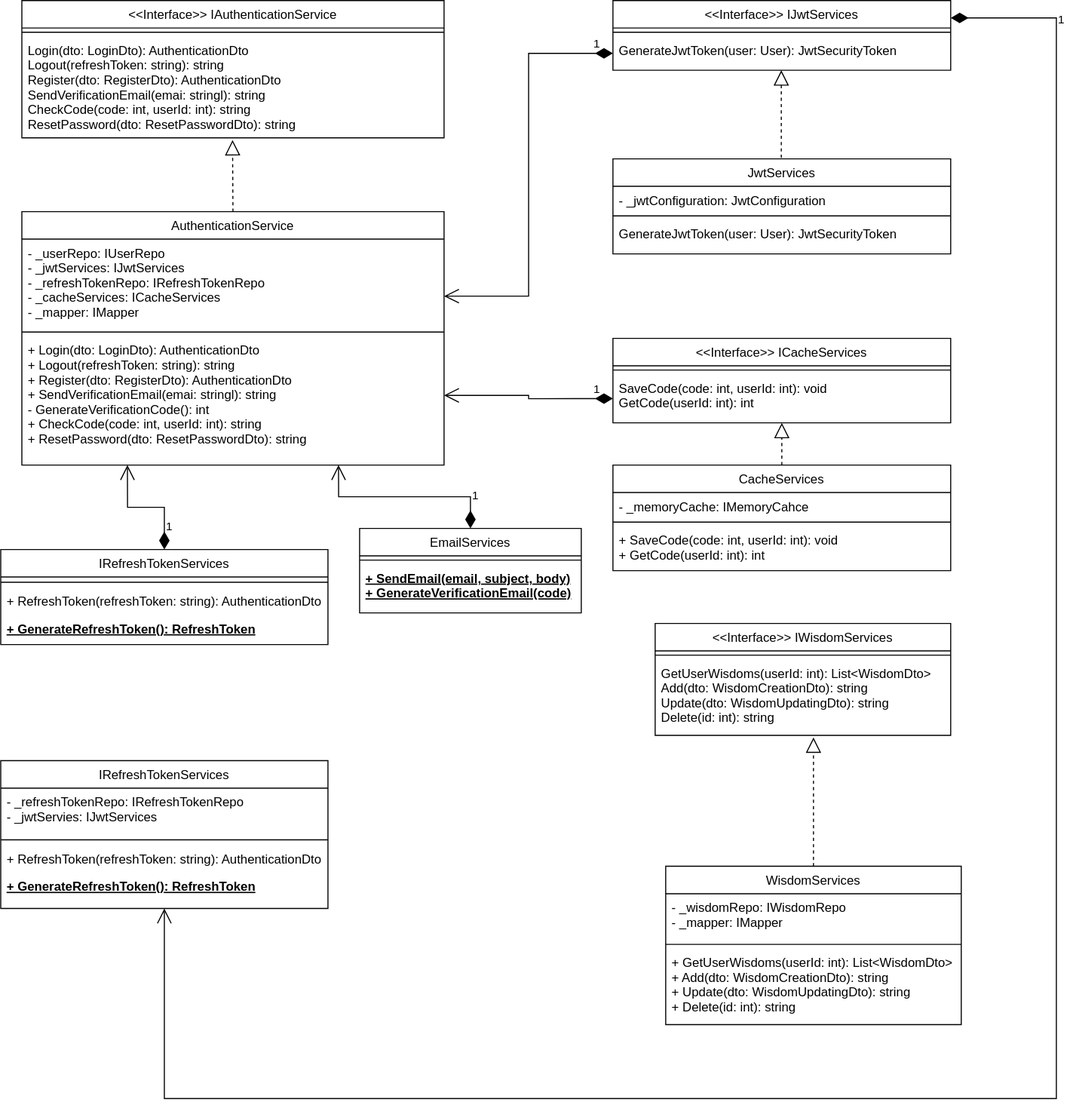
Earlier version of the draw.io export Diagram/Class Diagrams/Services.svg (Davidemad24/WisdomSystem). Source tidied: cells renumbered, new cells last; positions are measured from the earlier drawing's top-left corner, leaving out a move shared by most shapes.
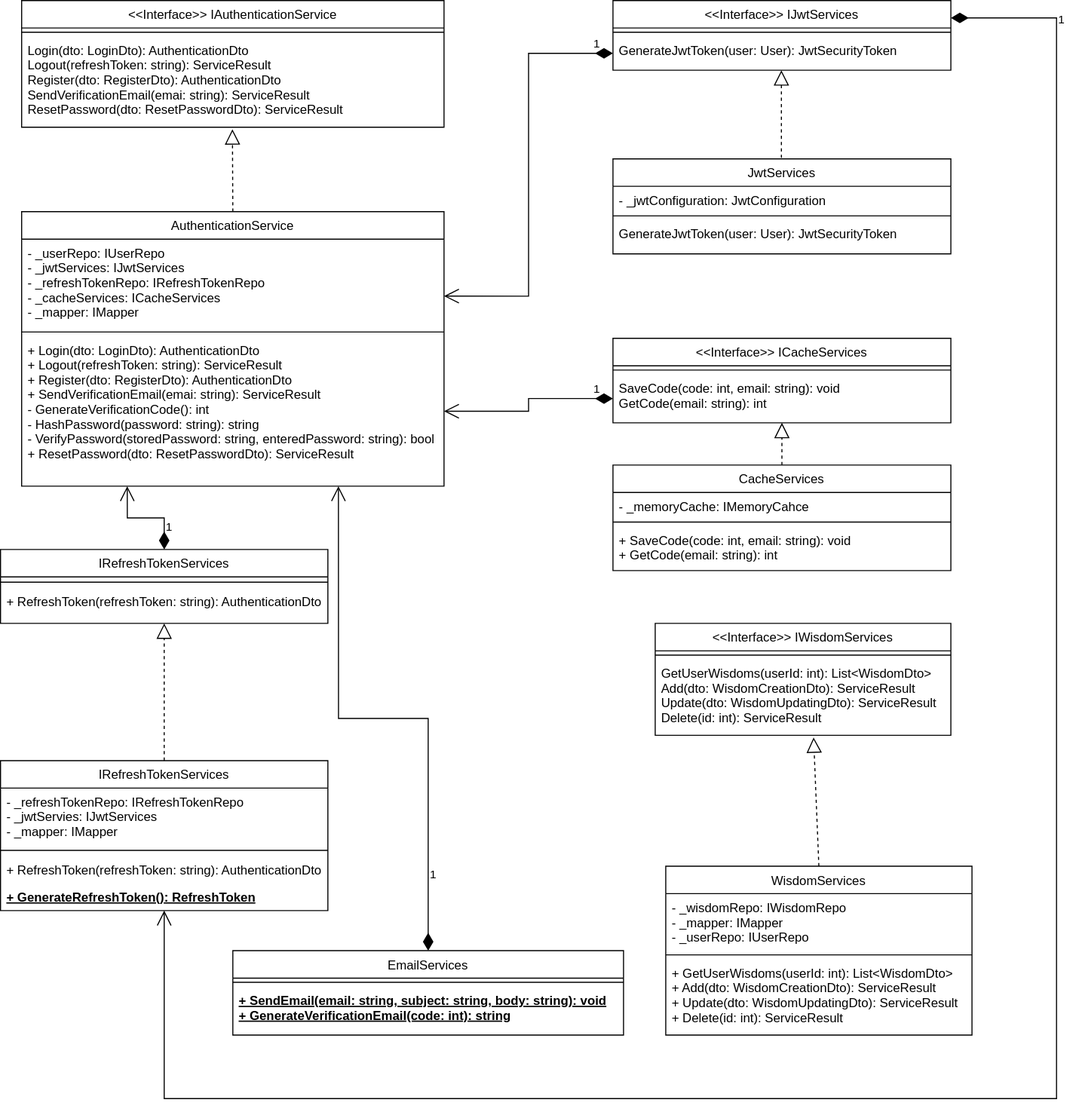
After the change.

Change to the diagram source:
```diff
@@ -3,7 +3,7 @@
     <mxCell id="0" />
     <mxCell id="1" parent="0" />
     <mxCell id="2" value="AuthenticationService" style="swimlane;fontStyle=0;align=center;verticalAlign=top;horizontal=1;startSize=26;rounded=0;shadow=0;strokeWidth=1;" parent="1" vertex="1">
-      <mxGeometry x="20" y="200" width="400" height="240" as="geometry" />
+      <mxGeometry x="20" y="200" width="400" height="260" as="geometry" />
     </mxCell>
     <mxCell id="3" value="- _userRepo: IUserRepo&#10;- _jwtServices: IJwtServices&#10;- _refreshTokenRepo: IRefreshTokenRepo&#10;- _cacheServices: ICacheServices&#10;- _mapper: IMapper" style="text;align=left;verticalAlign=top;spacingLeft=4;spacingRight=4;overflow=hidden;" parent="2" vertex="1">
       <mxGeometry y="26" width="400" height="84" as="geometry" />
@@ -11,8 +11,8 @@
     <mxCell id="4" style="line;html=1;strokeWidth=1;align=left;verticalAlign=middle;spacingTop=-1;spacingLeft=3;spacingRight=3;labelPosition=right;" parent="2" vertex="1">
       <mxGeometry y="110" width="400" height="8" as="geometry" />
     </mxCell>
-    <mxCell id="5" value="+ Login(dto: LoginDto): AuthenticationDto&#10;+ Logout(refreshToken: string): string&#10;+ Register(dto: RegisterDto): AuthenticationDto&#10;+ SendVerificationEmail(emai: stringl): string&#10;- GenerateVerificationCode(): int&#10;+ CheckCode(code: int, userId: int): string&#10;+ ResetPassword(dto: ResetPasswordDto): string&#10;" style="text;align=left;verticalAlign=top;spacingLeft=4;spacingRight=4;overflow=hidden;points=[[0,0.5],[1,0.5]];portConstraint=eastwest;" parent="2" vertex="1">
-      <mxGeometry y="118" width="400" height="112" as="geometry" />
+    <mxCell id="5" value="+ Login(dto: LoginDto): AuthenticationDto&#10;+ Logout(refreshToken: string): ServiceResult&#10;+ Register(dto: RegisterDto): AuthenticationDto&#10;+ SendVerificationEmail(emai: string): ServiceResult&#10;- GenerateVerificationCode(): int&#10;- HashPassword(password: string): string&#10;- VerifyPassword(storedPassword: string, enteredPassword: string): bool&#10;+ ResetPassword(dto: ResetPasswordDto): ServiceResult&#10;" style="text;align=left;verticalAlign=top;spacingLeft=4;spacingRight=4;overflow=hidden;points=[[0,0.5],[1,0.5]];portConstraint=eastwest;" parent="2" vertex="1">
+      <mxGeometry y="118" width="400" height="142" as="geometry" />
     </mxCell>
     <mxCell id="6" value="&lt;&lt;Interface&gt;&gt; IJwtServices" style="swimlane;fontStyle=0;align=center;verticalAlign=top;horizontal=1;startSize=26;rounded=0;shadow=0;strokeWidth=1;" parent="1" vertex="1">
       <mxGeometry x="580" width="320" height="66" as="geometry" />
@@ -42,13 +42,13 @@
       </mxGeometry>
     </mxCell>
     <mxCell id="14" value="&lt;&lt;Interface&gt;&gt; IAuthenticationService" style="swimlane;fontStyle=0;align=center;verticalAlign=top;horizontal=1;startSize=26;rounded=0;shadow=0;strokeWidth=1;" parent="1" vertex="1">
-      <mxGeometry x="20" width="400" height="130" as="geometry" />
+      <mxGeometry x="20" width="400" height="120" as="geometry" />
     </mxCell>
     <mxCell id="15" style="line;html=1;strokeWidth=1;align=left;verticalAlign=middle;spacingTop=-1;spacingLeft=3;spacingRight=3;labelPosition=right;" parent="14" vertex="1">
       <mxGeometry y="26" width="400" height="8" as="geometry" />
     </mxCell>
-    <mxCell id="16" value="Login(dto: LoginDto): AuthenticationDto&#10;Logout(refreshToken: string): string&#10;Register(dto: RegisterDto): AuthenticationDto&#10;SendVerificationEmail(emai: stringl): string&#10;CheckCode(code: int, userId: int): string&#10;ResetPassword(dto: ResetPasswordDto): string&#10;" style="text;align=left;verticalAlign=top;spacingLeft=4;spacingRight=4;overflow=hidden;points=[[0,0.5],[1,0.5]];portConstraint=eastwest;" parent="14" vertex="1">
-      <mxGeometry y="34" width="400" height="96" as="geometry" />
+    <mxCell id="16" value="Login(dto: LoginDto): AuthenticationDto&#10;Logout(refreshToken: string): ServiceResult&#10;Register(dto: RegisterDto): AuthenticationDto&#10;SendVerificationEmail(emai: string): ServiceResult&#10;ResetPassword(dto: ResetPasswordDto): ServiceResult&#10;" style="text;align=left;verticalAlign=top;spacingLeft=4;spacingRight=4;overflow=hidden;points=[[0,0.5],[1,0.5]];portConstraint=eastwest;" parent="14" vertex="1">
+      <mxGeometry y="34" width="400" height="86" as="geometry" />
     </mxCell>
     <mxCell id="17" style="endArrow=block;dashed=1;endFill=0;endSize=12;html=1;rounded=0;exitX=0.5;exitY=0;exitDx=0;exitDy=0;entryX=0.499;entryY=1.022;entryDx=0;entryDy=0;entryPerimeter=0;" parent="1" edge="1" source="2" target="16">
       <mxGeometry relative="1" as="geometry" />
@@ -62,7 +62,7 @@
     <mxCell id="20" style="line;html=1;strokeWidth=1;align=left;verticalAlign=middle;spacingTop=-1;spacingLeft=3;spacingRight=3;labelPosition=right;" parent="18" vertex="1">
       <mxGeometry y="50" width="320" height="8" as="geometry" />
     </mxCell>
-    <mxCell id="21" value="+ SaveCode(code: int, userId: int): void&#10;+ GetCode(userId: int): int" style="text;align=left;verticalAlign=top;spacingLeft=4;spacingRight=4;overflow=hidden;" parent="18" vertex="1">
+    <mxCell id="21" value="+ SaveCode(code: int, email: string): void&#10;+ GetCode(email: string): int" style="text;align=left;verticalAlign=top;spacingLeft=4;spacingRight=4;overflow=hidden;" parent="18" vertex="1">
       <mxGeometry y="58" width="320" height="42" as="geometry" />
     </mxCell>
     <mxCell id="22" value="&lt;&lt;Interface&gt;&gt; ICacheServices" style="swimlane;fontStyle=0;align=center;verticalAlign=top;horizontal=1;startSize=26;rounded=0;shadow=0;strokeWidth=1;" parent="1" vertex="1">
@@ -71,7 +71,7 @@
     <mxCell id="23" style="line;html=1;strokeWidth=1;align=left;verticalAlign=middle;spacingTop=-1;spacingLeft=3;spacingRight=3;labelPosition=right;" parent="22" vertex="1">
       <mxGeometry y="26" width="320" height="8" as="geometry" />
     </mxCell>
-    <mxCell id="24" value="SaveCode(code: int, userId: int): void&#10;GetCode(userId: int): int" style="text;align=left;verticalAlign=top;spacingLeft=4;spacingRight=4;overflow=hidden;points=[[0,0.5],[1,0.5]];portConstraint=eastwest;" parent="22" vertex="1">
+    <mxCell id="24" value="SaveCode(code: int, email: string): void&#10;GetCode(email: string): int" style="text;align=left;verticalAlign=top;spacingLeft=4;spacingRight=4;overflow=hidden;points=[[0,0.5],[1,0.5]];portConstraint=eastwest;" parent="22" vertex="1">
       <mxGeometry y="34" width="320" height="46" as="geometry" />
     </mxCell>
     <mxCell id="25" style="endArrow=block;dashed=1;endFill=0;endSize=12;html=1;rounded=0;entryX=0.5;entryY=1;entryDx=0;entryDy=0;exitX=0.5;exitY=0;exitDx=0;exitDy=0;" parent="1" edge="1" source="18" target="22">
@@ -90,7 +90,7 @@
       <mxGeometry x="-0.76" relative="1" as="geometry" />
     </mxCell>
     <mxCell id="28" value="IRefreshTokenServices" style="swimlane;fontStyle=0;align=center;verticalAlign=top;horizontal=1;startSize=26;rounded=0;shadow=0;strokeWidth=1;" parent="1" vertex="1">
-      <mxGeometry y="520" width="310" height="90" as="geometry" />
+      <mxGeometry y="520" width="310" height="70" as="geometry" />
     </mxCell>
     <mxCell id="29" style="line;html=1;strokeWidth=1;align=left;verticalAlign=middle;spacingTop=-1;spacingLeft=3;spacingRight=3;labelPosition=right;" parent="28" vertex="1">
       <mxGeometry y="26" width="310" height="10" as="geometry" />
@@ -98,17 +98,14 @@
     <mxCell id="30" value="+ RefreshToken(refreshToken: string): AuthenticationDto" style="text;align=left;verticalAlign=top;spacingLeft=4;spacingRight=4;overflow=hidden;fontStyle=0;" parent="28" vertex="1">
       <mxGeometry y="36" width="310" height="26" as="geometry" />
     </mxCell>
-    <mxCell id="31" value="+ GenerateRefreshToken(): RefreshToken" style="text;align=left;verticalAlign=top;spacingLeft=4;spacingRight=4;overflow=hidden;fontStyle=5;" parent="28" vertex="1">
-      <mxGeometry y="62" width="310" height="26" as="geometry" />
-    </mxCell>
     <mxCell id="32" value="EmailServices" style="swimlane;fontStyle=0;align=center;verticalAlign=top;horizontal=1;startSize=26;rounded=0;shadow=0;strokeWidth=1;" parent="1" vertex="1">
-      <mxGeometry x="340" y="500" width="210" height="80" as="geometry" />
+      <mxGeometry x="220" y="900" width="370" height="80" as="geometry" />
     </mxCell>
     <mxCell id="33" style="line;html=1;strokeWidth=1;align=left;verticalAlign=middle;spacingTop=-1;spacingLeft=3;spacingRight=3;labelPosition=right;" parent="32" vertex="1">
-      <mxGeometry y="26" width="210" height="8" as="geometry" />
+      <mxGeometry y="26" width="370" height="8" as="geometry" />
     </mxCell>
-    <mxCell id="34" value="+ SendEmail(email, subject, body)&#10;+ GenerateVerificationEmail(code)" style="text;align=left;verticalAlign=top;spacingLeft=4;spacingRight=4;overflow=hidden;fontStyle=5;" parent="32" vertex="1">
-      <mxGeometry y="34" width="210" height="46" as="geometry" />
+    <mxCell id="34" value="+ SendEmail(email: string, subject: string, body: string): void&#10;+ GenerateVerificationEmail(code: int): string" style="text;align=left;verticalAlign=top;spacingLeft=4;spacingRight=4;overflow=hidden;fontStyle=5;" parent="32" vertex="1">
+      <mxGeometry y="34" width="370" height="46" as="geometry" />
     </mxCell>
     <mxCell id="35" value="1" style="endArrow=open;html=1;endSize=12;startArrow=diamondThin;startSize=14;startFill=1;edgeStyle=orthogonalEdgeStyle;align=left;verticalAlign=bottom;rounded=0;entryX=0.75;entryY=1;entryDx=0;entryDy=0;" parent="1" edge="1" source="32" target="2">
       <mxGeometry x="-0.76" relative="1" as="geometry" />
@@ -117,16 +114,16 @@
       <mxGeometry x="-0.76" relative="1" as="geometry" />
     </mxCell>
     <mxCell id="37" value="WisdomServices" style="swimlane;fontStyle=0;align=center;verticalAlign=top;horizontal=1;startSize=26;rounded=0;shadow=0;strokeWidth=1;" parent="1" vertex="1">
-      <mxGeometry x="630" y="820" width="280" height="150" as="geometry" />
+      <mxGeometry x="630" y="820" width="290" height="160" as="geometry" />
     </mxCell>
-    <mxCell id="38" value="- _wisdomRepo: IWisdomRepo&#10;- _mapper: IMapper" style="text;align=left;verticalAlign=top;spacingLeft=4;spacingRight=4;overflow=hidden;" parent="37" vertex="1">
-      <mxGeometry y="26" width="280" height="44" as="geometry" />
+    <mxCell id="38" value="- _wisdomRepo: IWisdomRepo&#10;- _mapper: IMapper&#10;- _userRepo: IUserRepo" style="text;align=left;verticalAlign=top;spacingLeft=4;spacingRight=4;overflow=hidden;" parent="37" vertex="1">
+      <mxGeometry y="26" width="290" height="54" as="geometry" />
     </mxCell>
     <mxCell id="39" style="line;html=1;strokeWidth=1;align=left;verticalAlign=middle;spacingTop=-1;spacingLeft=3;spacingRight=3;labelPosition=right;" parent="37" vertex="1">
-      <mxGeometry y="70" width="280" height="8" as="geometry" />
+      <mxGeometry y="80" width="290" height="8" as="geometry" />
     </mxCell>
-    <mxCell id="40" value="+ GetUserWisdoms(userId: int): List&lt;WisdomDto&gt;&#10;+ Add(dto: WisdomCreationDto): string&#10;+ Update(dto: WisdomUpdatingDto): string&#10;+ Delete(id: int): string" style="text;align=left;verticalAlign=top;spacingLeft=4;spacingRight=4;overflow=hidden;" parent="37" vertex="1">
-      <mxGeometry y="78" width="280" height="72" as="geometry" />
+    <mxCell id="40" value="+ GetUserWisdoms(userId: int): List&lt;WisdomDto&gt;&#10;+ Add(dto: WisdomCreationDto): ServiceResult&#10;+ Update(dto: WisdomUpdatingDto): ServiceResult&#10;+ Delete(id: int): ServiceResult" style="text;align=left;verticalAlign=top;spacingLeft=4;spacingRight=4;overflow=hidden;" parent="37" vertex="1">
+      <mxGeometry y="88" width="290" height="72" as="geometry" />
     </mxCell>
     <mxCell id="41" value="&lt;&lt;Interface&gt;&gt; IWisdomServices" style="swimlane;fontStyle=0;align=center;verticalAlign=top;horizontal=1;startSize=26;rounded=0;shadow=0;strokeWidth=1;" parent="1" vertex="1">
       <mxGeometry x="620" y="590" width="280" height="106" as="geometry" />
@@ -134,7 +131,7 @@
     <mxCell id="42" style="line;html=1;strokeWidth=1;align=left;verticalAlign=middle;spacingTop=-1;spacingLeft=3;spacingRight=3;labelPosition=right;" parent="41" vertex="1">
       <mxGeometry y="26" width="280" height="8" as="geometry" />
     </mxCell>
-    <mxCell id="43" value="GetUserWisdoms(userId: int): List&lt;WisdomDto&gt;&#10;Add(dto: WisdomCreationDto): string&#10;Update(dto: WisdomUpdatingDto): string&#10;Delete(id: int): string" style="text;align=left;verticalAlign=top;spacingLeft=4;spacingRight=4;overflow=hidden;" parent="41" vertex="1">
+    <mxCell id="43" value="GetUserWisdoms(userId: int): List&lt;WisdomDto&gt;&#10;Add(dto: WisdomCreationDto): ServiceResult&#10;Update(dto: WisdomUpdatingDto): ServiceResult&#10;Delete(id: int): ServiceResult" style="text;align=left;verticalAlign=top;spacingLeft=4;spacingRight=4;overflow=hidden;" parent="41" vertex="1">
       <mxGeometry y="34" width="280" height="72" as="geometry" />
     </mxCell>
     <mxCell id="44" style="endArrow=block;dashed=1;endFill=0;endSize=12;html=1;rounded=0;exitX=0.5;exitY=0;exitDx=0;exitDy=0;" parent="1" edge="1" source="37">
@@ -143,19 +140,19 @@
       </mxGeometry>
     </mxCell>
     <mxCell id="45" value="IRefreshTokenServices" style="swimlane;fontStyle=0;align=center;verticalAlign=top;horizontal=1;startSize=26;rounded=0;shadow=0;strokeWidth=1;" parent="1" vertex="1">
-      <mxGeometry y="720" width="310" height="140" as="geometry" />
+      <mxGeometry y="720" width="310" height="142" as="geometry" />
     </mxCell>
-    <mxCell id="46" value="- _refreshTokenRepo: IRefreshTokenRepo&#10;- _jwtServies: IJwtServices" style="text;align=left;verticalAlign=top;spacingLeft=4;spacingRight=4;overflow=hidden;fontStyle=0;" parent="45" vertex="1">
-      <mxGeometry y="26" width="310" height="44" as="geometry" />
+    <mxCell id="46" value="- _refreshTokenRepo: IRefreshTokenRepo&#10;- _jwtServies: IJwtServices&#10;- _mapper: IMapper" style="text;align=left;verticalAlign=top;spacingLeft=4;spacingRight=4;overflow=hidden;fontStyle=0;" parent="45" vertex="1">
+      <mxGeometry y="26" width="310" height="54" as="geometry" />
     </mxCell>
     <mxCell id="47" style="line;html=1;strokeWidth=1;align=left;verticalAlign=middle;spacingTop=-1;spacingLeft=3;spacingRight=3;labelPosition=right;" parent="45" vertex="1">
-      <mxGeometry y="70" width="310" height="10" as="geometry" />
+      <mxGeometry y="80" width="310" height="10" as="geometry" />
     </mxCell>
     <mxCell id="48" value="+ RefreshToken(refreshToken: string): AuthenticationDto" style="text;align=left;verticalAlign=top;spacingLeft=4;spacingRight=4;overflow=hidden;fontStyle=0;" parent="45" vertex="1">
-      <mxGeometry y="80" width="310" height="26" as="geometry" />
+      <mxGeometry y="90" width="310" height="26" as="geometry" />
     </mxCell>
     <mxCell id="49" value="+ GenerateRefreshToken(): RefreshToken" style="text;align=left;verticalAlign=top;spacingLeft=4;spacingRight=4;overflow=hidden;fontStyle=5;" parent="45" vertex="1">
-      <mxGeometry y="106" width="310" height="26" as="geometry" />
+      <mxGeometry y="116" width="310" height="26" as="geometry" />
     </mxCell>
     <mxCell id="50" value="1" style="endArrow=open;html=1;endSize=12;startArrow=diamondThin;startSize=14;startFill=1;edgeStyle=orthogonalEdgeStyle;align=left;verticalAlign=bottom;rounded=0;exitX=1;exitY=0.25;exitDx=0;exitDy=0;entryX=0.5;entryY=1;entryDx=0;entryDy=0;" parent="1" edge="1" source="6" target="45">
       <mxGeometry x="-0.9" relative="1" as="geometry">
@@ -166,5 +163,8 @@
         </Array>
       </mxGeometry>
     </mxCell>
+    <mxCell id="51" style="endArrow=block;dashed=1;endFill=0;endSize=12;html=1;rounded=0;exitX=0.5;exitY=0;exitDx=0;exitDy=0;entryX=0.5;entryY=1;entryDx=0;entryDy=0;" parent="1" edge="1" source="45" target="28">
+      <mxGeometry relative="1" as="geometry" />
+    </mxCell>
   </root>
 </mxGraphModel>
```
